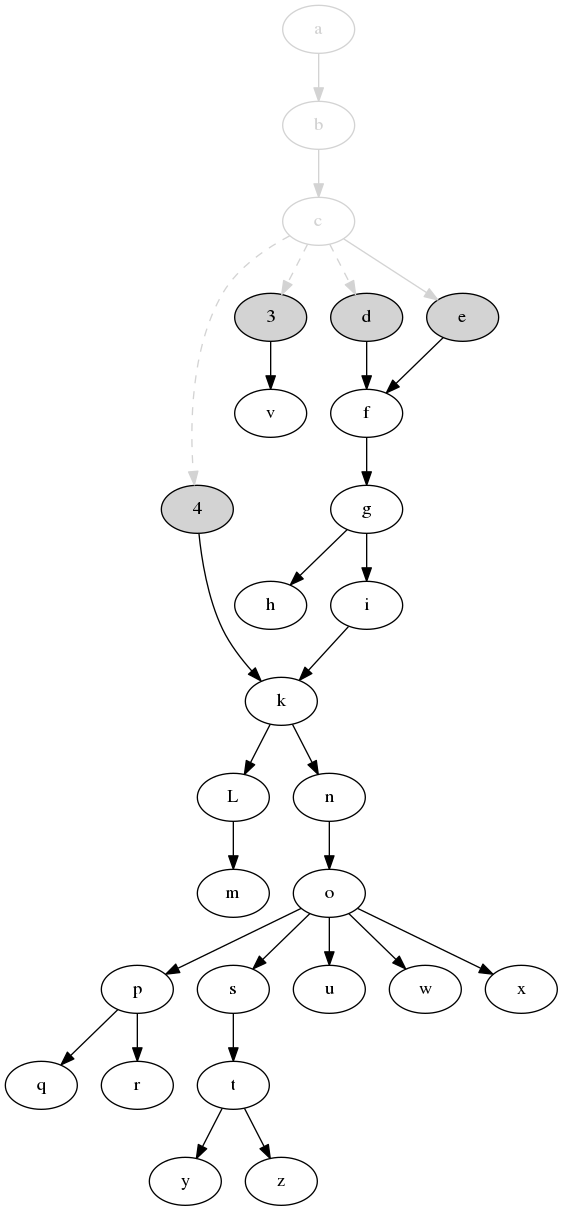
The Graphviz diagram svm-startup-deps.png in jdmpapin/svm-startup-deps, before a commit. Its source is kept beside it as svm-startup-deps.dot.
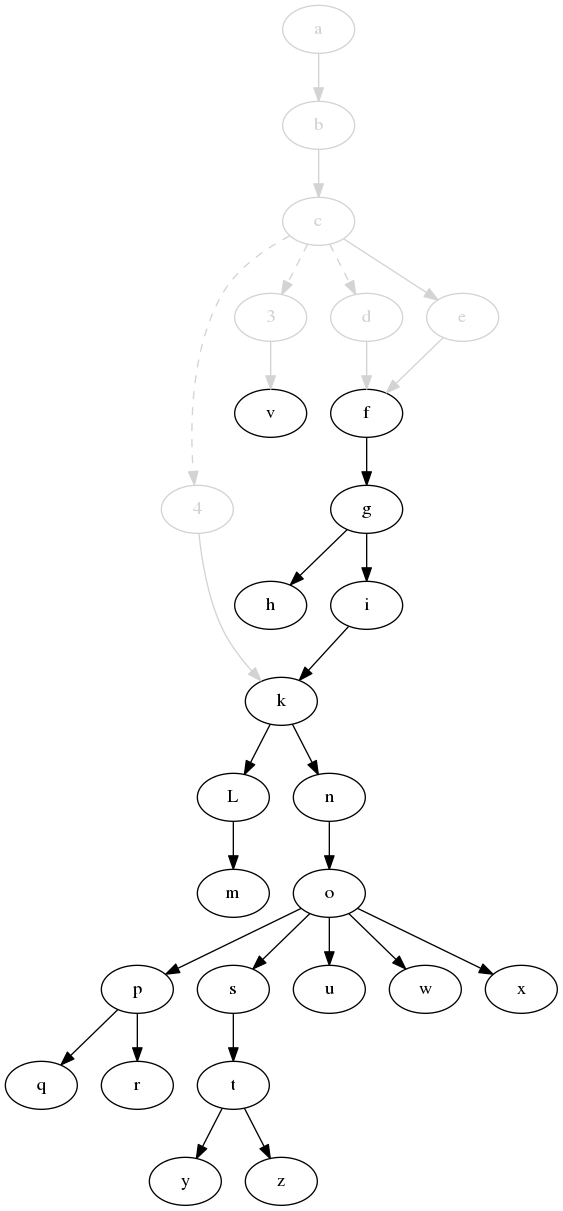
The same diagram one commit later.

The edit, as a diff of the source:
```diff
@@ -1,11 +1,11 @@
 digraph {
-    4 [style=filled,fillcolor=lightgrey];
-    3 [style=filled,fillcolor=lightgrey];
+    4 [color=lightgrey,fontcolor=lightgrey];
+    3 [color=lightgrey,fontcolor=lightgrey];
     a [color=lightgrey,fontcolor=lightgrey];
     b [color=lightgrey,fontcolor=lightgrey];
     c [color=lightgrey,fontcolor=lightgrey];
-    d [style=filled,fillcolor=lightgrey];
-    e [style=filled,fillcolor=lightgrey];
+    d [color=lightgrey,fontcolor=lightgrey];
+    e [color=lightgrey,fontcolor=lightgrey];
     f;
     g;
     h;
@@ -27,16 +27,16 @@
     y;
     z;
 
-    4 -> k;
+    4 -> k [color=lightgrey];
     c -> 4 [style=dashed,color=lightgrey];
     c -> 3 [style=dashed,color=lightgrey];
     c -> d [style=dashed,color=lightgrey];
-    3 -> v;
+    3 -> v [color=lightgrey];
     a -> b [color=lightgrey];
     b -> c [color=lightgrey];
     c -> e [color=lightgrey];
-    d -> f;
-    e -> f;
+    d -> f [color=lightgrey];
+    e -> f [color=lightgrey];
     f -> g;
     g -> h;
     g -> i;
```
